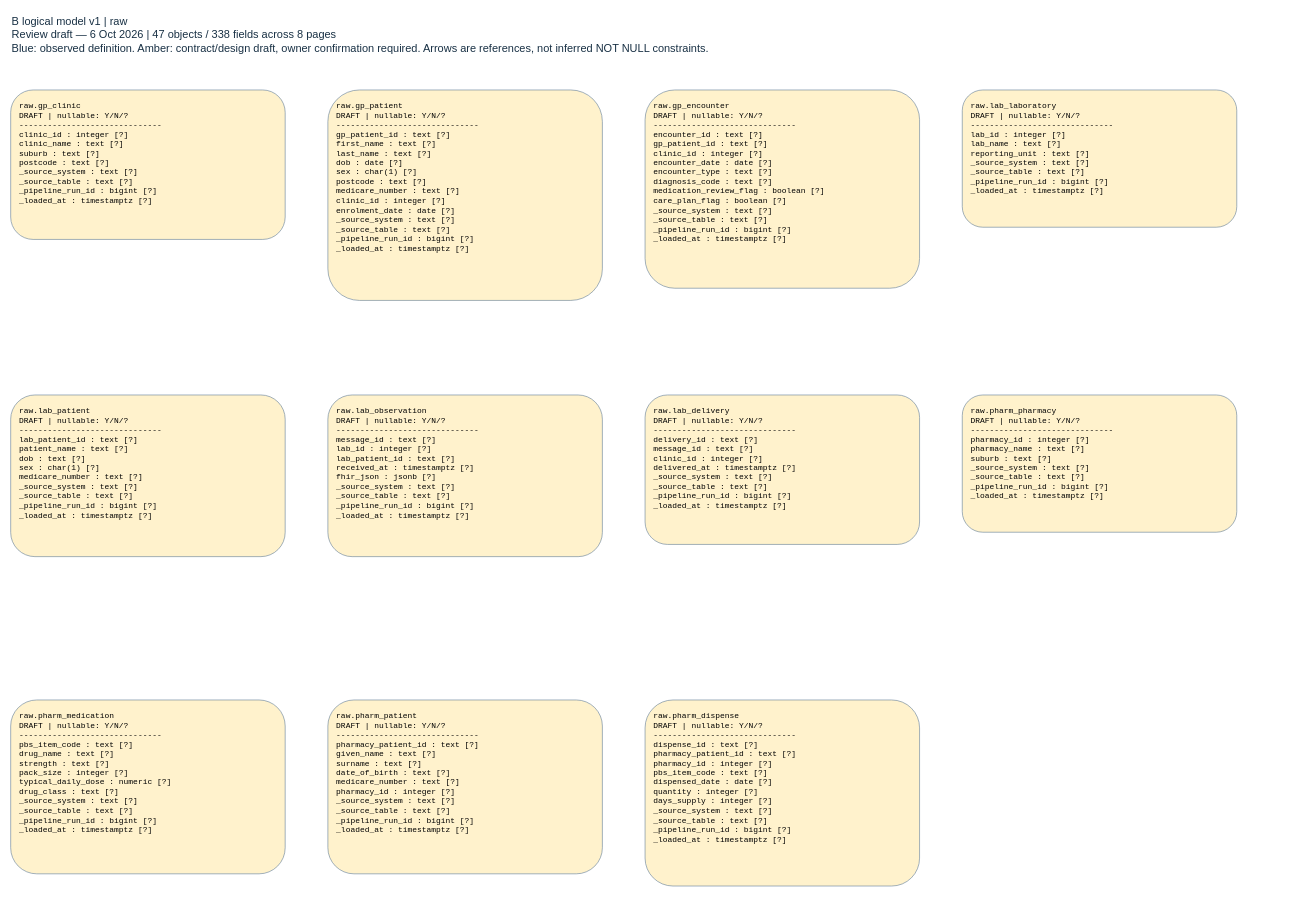
Before: page "raw" (5 of 9) of docs/logical_model_v1.drawio in LyphardRover/glucolink-a2, a draw.io diagram. Source tidied: cells renumbered, new cells numbered last; positions are measured from the earlier drawing's top-left corner, leaving out a move shared by most shapes. Both pictures are drawn from the tidied source at 61%, with x=0, y=0 at pixel (10, 10).
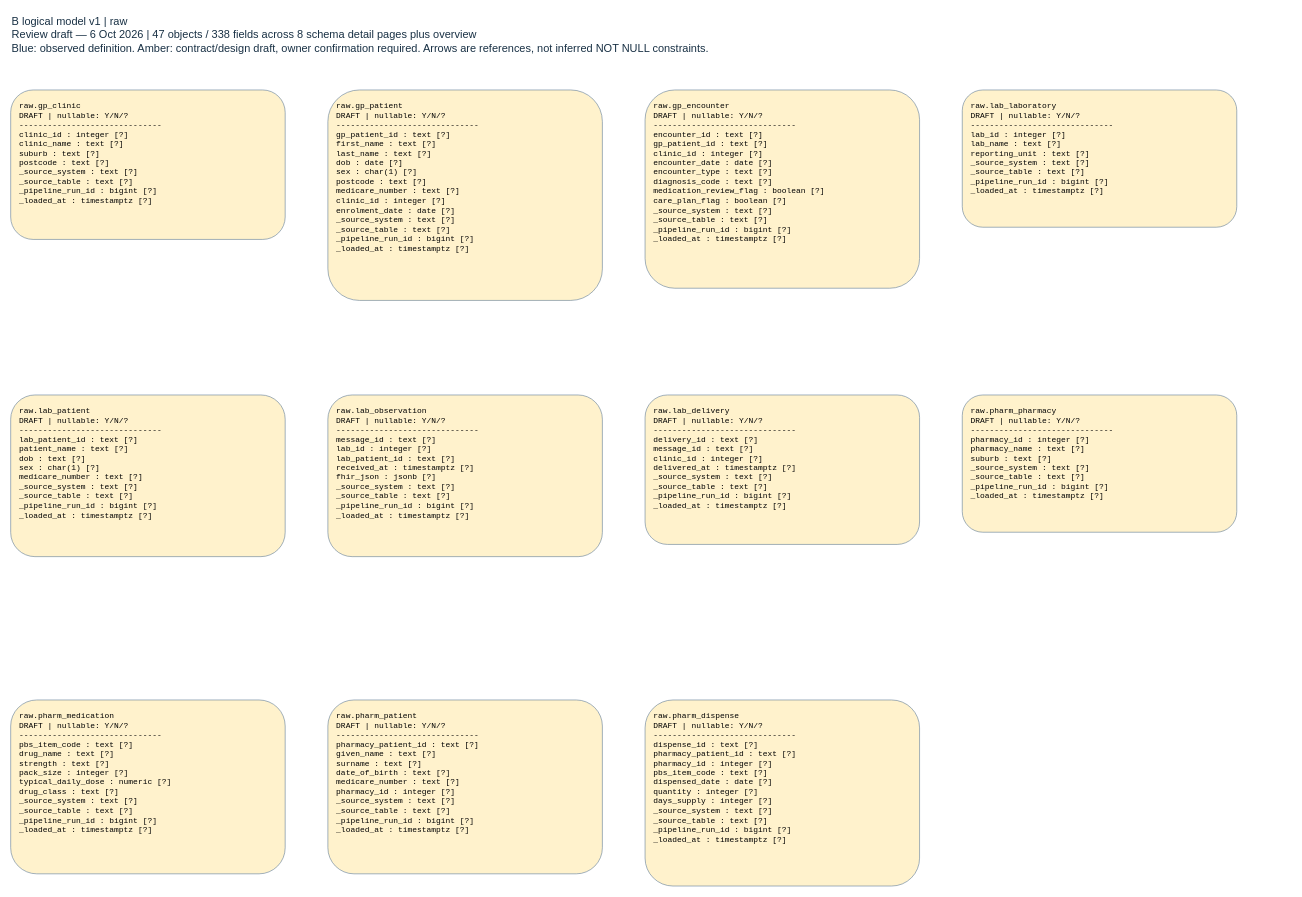
Above is the later version.

Commit message (it also covers changes not shown here):
docs(B): add logical model overview to editable detail pages

Diff of the diagram source:
```diff
@@
 <mxGraphModel>
   <root>
     <mxCell id="0" />
     <mxCell id="1" parent="0" />
-    <mxCell id="2" value="B logical model v1 | raw&#10;Review draft — 6 Oct 2026 | 47 objects / 338 fields across 8 pages&#10;Blue: observed definition. Amber: contract/design draft, owner confirmation required. Arrows are references, not inferred NOT NULL constraints." style="text;html=0;align=left;verticalAlign=top;fontSize=18;fontColor=#183044;" parent="1" vertex="1">
+    <mxCell id="2" value="B logical model v1 | raw&#10;Review draft — 6 Oct 2026 | 47 objects / 338 fields across 8 schema detail pages plus overview&#10;Blue: observed definition. Amber: contract/design draft, owner confirmation required. Arrows are references, not inferred NOT NULL constraints." style="text;html=0;align=left;verticalAlign=top;fontSize=18;fontColor=#183044;" parent="1" vertex="1">
       <mxGeometry width="2100" height="120" as="geometry" />
     </mxCell>
     <mxCell id="3" value="raw.gp_clinic&#10;DRAFT | nullable: Y/N/?&#10;------------------------------&#10;   clinic_id : integer [?]&#10;   clinic_name : text [?]&#10;   suburb : text [?]&#10;   postcode : text [?]&#10;   _source_system : text [?]&#10;   _source_table : text [?]&#10;   _pipeline_run_id : bigint [?]&#10;   _loaded_at : timestamptz [?]" style="rounded=1;whiteSpace=wrap;html=0;align=left;verticalAlign=top;spacing=14;fontFamily=Courier New;fontSize=13;fillColor=#fff2cc;strokeColor=#66809a;" parent="1" vertex="1">
       <mxGeometry y="130" width="450" height="245" as="geometry" />
     </mxCell>
     <mxCell id="4" value="raw.gp_patient&#10;DRAFT | nullable: Y/N/?&#10;------------------------------&#10;   gp_patient_id : text [?]&#10;   first_name : text [?]&#10;   last_name : text [?]&#10;   dob : date [?]&#10;   sex : char(1) [?]&#10;   postcode : text [?]&#10;   medicare_number : text [?]&#10;   clinic_id : integer [?]&#10;   enrolment_date : date [?]&#10;   _source_system : text [?]&#10;   _source_table : text [?]&#10;   _pipeline_run_id : bigint [?]&#10;   _loaded_at : timestamptz [?]" style="rounded=1;whiteSpace=wrap;html=0;align=left;verticalAlign=top;spacing=14;fontFamily=Courier New;fontSize=13;fillColor=#fff2cc;strokeColor=#66809a;" parent="1" vertex="1">
       <mxGeometry x="520" y="130" width="450" height="345" as="geometry" />
     </mxCell>
     <mxCell id="5" value="raw.gp_encounter&#10;DRAFT | nullable: Y/N/?&#10;------------------------------&#10;   encounter_id : text [?]&#10;   gp_patient_id : text [?]&#10;   clinic_id : integer [?]&#10;   encounter_date : date [?]&#10;   encounter_type : text [?]&#10;   diagnosis_code : text [?]&#10;   medication_review_flag : boolean [?]&#10;   care_plan_flag : boolean [?]&#10;   _source_system : text [?]&#10;   _source_table : text [?]&#10;   _pipeline_run_id : bigint [?]&#10;   _loaded_at : timestamptz [?]" style="rounded=1;whiteSpace=wrap;html=0;align=left;verticalAlign=top;spacing=14;fontFamily=Courier New;fontSize=13;fillColor=#fff2cc;strokeColor=#66809a;" parent="1" vertex="1">
       <mxGeometry x="1040" y="130" width="450" height="325" as="geometry" />
     </mxCell>
     <mxCell id="6" value="raw.lab_laboratory&#10;DRAFT | nullable: Y/N/?&#10;------------------------------&#10;   lab_id : integer [?]&#10;   lab_name : text [?]&#10;   reporting_unit : text [?]&#10;   _source_system : text [?]&#10;   _source_table : text [?]&#10;   _pipeline_run_id : bigint [?]&#10;   _loaded_at : timestamptz [?]" style="rounded=1;whiteSpace=wrap;html=0;align=left;verticalAlign=top;spacing=14;fontFamily=Courier New;fontSize=13;fillColor=#fff2cc;strokeColor=#66809a;" parent="1" vertex="1">
       <mxGeometry x="1560" y="130" width="450" height="225" as="geometry" />
     </mxCell>
     <mxCell id="7" value="raw.lab_patient&#10;DRAFT | nullable: Y/N/?&#10;------------------------------&#10;   lab_patient_id : text [?]&#10;   patient_name : text [?]&#10;   dob : text [?]&#10;   sex : char(1) [?]&#10;   medicare_number : text [?]&#10;   _source_system : text [?]&#10;   _source_table : text [?]&#10;   _pipeline_run_id : bigint [?]&#10;   _loaded_at : timestamptz [?]" style="rounded=1;whiteSpace=wrap;html=0;align=left;verticalAlign=top;spacing=14;fontFamily=Courier New;fontSize=13;fillColor=#fff2cc;strokeColor=#66809a;" parent="1" vertex="1">
       <mxGeometry y="630" width="450" height="265" as="geometry" />
     </mxCell>
     <mxCell id="8" value="raw.lab_observation&#10;DRAFT | nullable: Y/N/?&#10;------------------------------&#10;   message_id : text [?]&#10;   lab_id : integer [?]&#10;   lab_patient_id : text [?]&#10;   received_at : timestamptz [?]&#10;   fhir_json : jsonb [?]&#10;   _source_system : text [?]&#10;   _source_table : text [?]&#10;   _pipeline_run_id : bigint [?]&#10;   _loaded_at : timestamptz [?]" style="rounded=1;whiteSpace=wrap;html=0;align=left;verticalAlign=top;spacing=14;fontFamily=Courier New;fontSize=13;fillColor=#fff2cc;strokeColor=#66809a;" parent="1" vertex="1">
       <mxGeometry x="520" y="630" width="450" height="265" as="geometry" />
     </mxCell>
     <mxCell id="9" value="raw.lab_delivery&#10;DRAFT | nullable: Y/N/?&#10;------------------------------&#10;   delivery_id : text [?]&#10;   message_id : text [?]&#10;   clinic_id : integer [?]&#10;   delivered_at : timestamptz [?]&#10;   _source_system : text [?]&#10;   _source_table : text [?]&#10;   _pipeline_run_id : bigint [?]&#10;   _loaded_at : timestamptz [?]" style="rounded=1;whiteSpace=wrap;html=0;align=left;verticalAlign=top;spacing=14;fontFamily=Courier New;fontSize=13;fillColor=#fff2cc;strokeColor=#66809a;" parent="1" vertex="1">
       <mxGeometry x="1040" y="630" width="450" height="245" as="geometry" />
     </mxCell>
     <mxCell id="10" value="raw.pharm_pharmacy&#10;DRAFT | nullable: Y/N/?&#10;------------------------------&#10;   pharmacy_id : integer [?]&#10;   pharmacy_name : text [?]&#10;   suburb : text [?]&#10;   _source_system : text [?]&#10;   _source_table : text [?]&#10;   _pipeline_run_id : bigint [?]&#10;   _loaded_at : timestamptz [?]" style="rounded=1;whiteSpace=wrap;html=0;align=left;verticalAlign=top;spacing=14;fontFamily=Courier New;fontSize=13;fillColor=#fff2cc;strokeColor=#66809a;" parent="1" vertex="1">
       <mxGeometry x="1560" y="630" width="450" height="225" as="geometry" />
     </mxCell>
     <mxCell id="11" value="raw.pharm_medication&#10;DRAFT | nullable: Y/N/?&#10;------------------------------&#10;   pbs_item_code : text [?]&#10;   drug_name : text [?]&#10;   strength : text [?]&#10;   pack_size : integer [?]&#10;   typical_daily_dose : numeric [?]&#10;   drug_class : text [?]&#10;   _source_system : text [?]&#10;   _source_table : text [?]&#10;   _pipeline_run_id : bigint [?]&#10;   _loaded_at : timestamptz [?]" style="rounded=1;whiteSpace=wrap;html=0;align=left;verticalAlign=top;spacing=14;fontFamily=Courier New;fontSize=13;fillColor=#fff2cc;strokeColor=#66809a;" parent="1" vertex="1">
       <mxGeometry y="1130" width="450" height="285" as="geometry" />
     </mxCell>
     <mxCell id="12" value="raw.pharm_patient&#10;DRAFT | nullable: Y/N/?&#10;------------------------------&#10;   pharmacy_patient_id : text [?]&#10;   given_name : text [?]&#10;   surname : text [?]&#10;   date_of_birth : text [?]&#10;   medicare_number : text [?]&#10;   pharmacy_id : integer [?]&#10;   _source_system : text [?]&#10;   _source_table : text [?]&#10;   _pipeline_run_id : bigint [?]&#10;   _loaded_at : timestamptz [?]" style="rounded=1;whiteSpace=wrap;html=0;align=left;verticalAlign=top;spacing=14;fontFamily=Courier New;fontSize=13;fillColor=#fff2cc;strokeColor=#66809a;" parent="1" vertex="1">
       <mxGeometry x="520" y="1130" width="450" height="285" as="geometry" />
     </mxCell>
     <mxCell id="13" value="raw.pharm_dispense&#10;DRAFT | nullable: Y/N/?&#10;------------------------------&#10;   dispense_id : text [?]&#10;   pharmacy_patient_id : text [?]&#10;   pharmacy_id : integer [?]&#10;   pbs_item_code : text [?]&#10;   dispensed_date : date [?]&#10;   quantity : integer [?]&#10;   days_supply : integer [?]&#10;   _source_system : text [?]&#10;   _source_table : text [?]&#10;   _pipeline_run_id : bigint [?]&#10;   _loaded_at : timestamptz [?]" style="rounded=1;whiteSpace=wrap;html=0;align=left;verticalAlign=top;spacing=14;fontFamily=Courier New;fontSize=13;fillColor=#fff2cc;strokeColor=#66809a;" parent="1" vertex="1">
       <mxGeometry x="1040" y="1130" width="450" height="305" as="geometry" />
     </mxCell>
   </root>
 </mxGraphModel>
```
